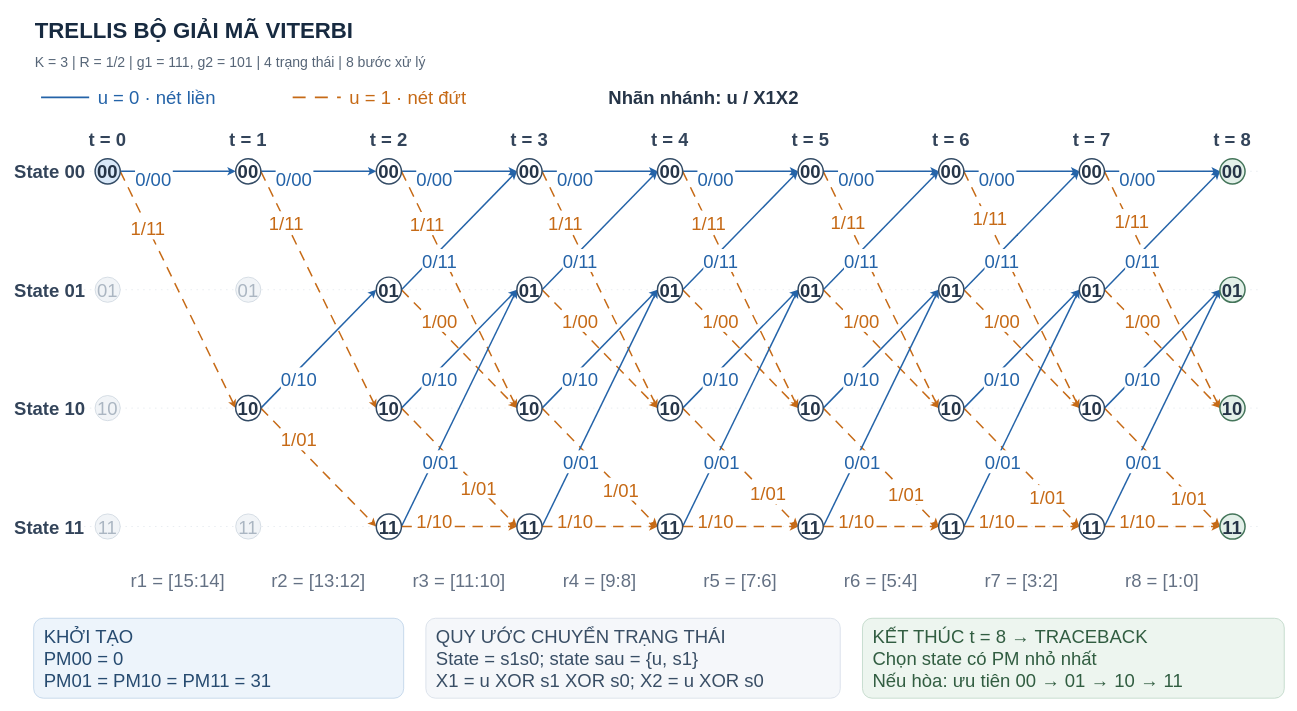
Above: page "Trellis" (2 of 16) of docs/Viterbi_decoder.drawio in nvh1811/viterbi_decoder (draw.io), before the change. Source tidied: cells renumbered, new cells numbered last; positions are measured from the earlier drawing's top-left corner, leaving out a move shared by most shapes. Both pictures are drawn from the tidied source at 74%, with x=0, y=0 at pixel (13, 13).
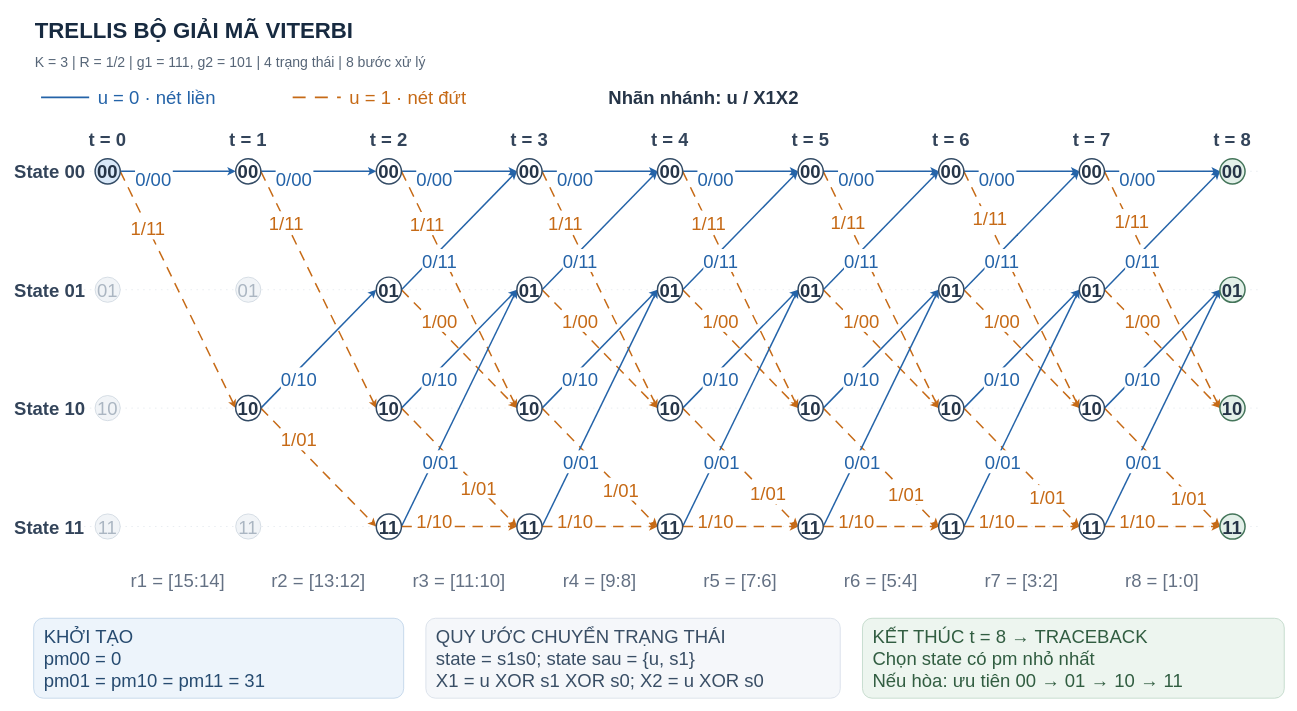
Above is the later version.

The edit, as a diff of the source:
```diff
@@
-    <mxCell id="124" value="KHỞI TẠO&#10;PM00 = 0&#10;PM01 = PM10 = PM11 = 31" style="rounded=1;arcSize=12;whiteSpace=wrap;html=0;fillColor=#EDF4FB;strokeColor=#B8CEE6;fontFamily=Arial;fontSize=25;fontColor=#274B70;align=left;spacing=14;verticalAlign=middle;" parent="1" vertex="1">
+    <mxCell id="124" value="KHỞI TẠO&#10;pm00 = 0&#10;pm01 = pm10 = pm11 = 31" style="rounded=1;arcSize=12;whiteSpace=wrap;html=0;fillColor=#EDF4FB;strokeColor=#B8CEE6;fontFamily=Arial;fontSize=25;fontColor=#274B70;align=left;spacing=14;verticalAlign=middle;" parent="1" vertex="1">
       <mxGeometry x="28" y="818" width="500" height="108" as="geometry" />
     </mxCell>
-    <mxCell id="125" value="QUY ƯỚC CHUYỂN TRẠNG THÁI&#10;State = s1s0; state sau = {u, s1}&#10;X1 = u XOR s1 XOR s0; X2 = u XOR s0" style="rounded=1;arcSize=12;whiteSpace=wrap;html=0;fillColor=#F5F7FA;strokeColor=#D2DBE5;fontFamily=Arial;fontSize=25;fontColor=#394E65;align=left;spacing=14;verticalAlign=middle;" parent="1" vertex="1">
+    <mxCell id="125" value="QUY ƯỚC CHUYỂN TRẠNG THÁI&#10;state = s1s0; state sau = {u, s1}&#10;X1 = u XOR s1 XOR s0; X2 = u XOR s0" style="rounded=1;arcSize=12;whiteSpace=wrap;html=0;fillColor=#F5F7FA;strokeColor=#D2DBE5;fontFamily=Arial;fontSize=25;fontColor=#394E65;align=left;spacing=14;verticalAlign=middle;" parent="1" vertex="1">
       <mxGeometry x="558" y="818" width="560" height="108" as="geometry" />
     </mxCell>
-    <mxCell id="126" value="KẾT THÚC t = 8 → TRACEBACK&#10;Chọn state có PM nhỏ nhất&#10;Nếu hòa: ưu tiên 00 → 01 → 10 → 11" style="rounded=1;arcSize=12;whiteSpace=wrap;html=0;fillColor=#EDF5EF;strokeColor=#B8D3C1;fontFamily=Arial;fontSize=25;fontColor=#315D41;align=left;spacing=14;verticalAlign=middle;" parent="1" vertex="1">
+    <mxCell id="126" value="KẾT THÚC t = 8 → TRACEBACK&#10;Chọn state có pm nhỏ nhất&#10;Nếu hòa: ưu tiên 00 → 01 → 10 → 11" style="rounded=1;arcSize=12;whiteSpace=wrap;html=0;fillColor=#EDF5EF;strokeColor=#B8D3C1;fontFamily=Arial;fontSize=25;fontColor=#315D41;align=left;spacing=14;verticalAlign=middle;" parent="1" vertex="1">
       <mxGeometry x="1148" y="818" width="570" height="108" as="geometry" />
     </mxCell>
```
